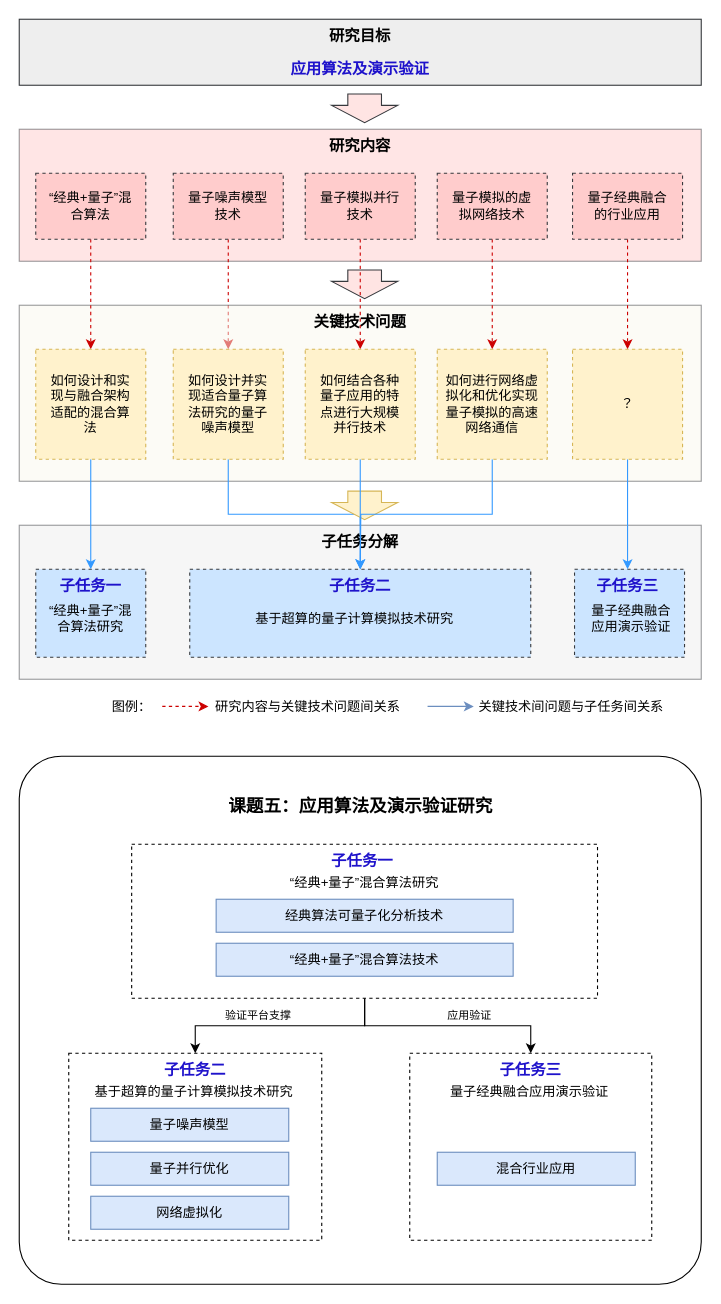
This is 应用算法和演示验证（复旦）.drawio from zhaohuiyang-yzh/quantum_simulation, a draw.io file, before an edit. Source tidied: cells renumbered, new cells numbered last; positions are measured from the earlier drawing's top-left corner, leaving out a move shared by most shapes. Both pictures are drawn from the tidied source at 110%, with x=0, y=0 at pixel (19, 19).
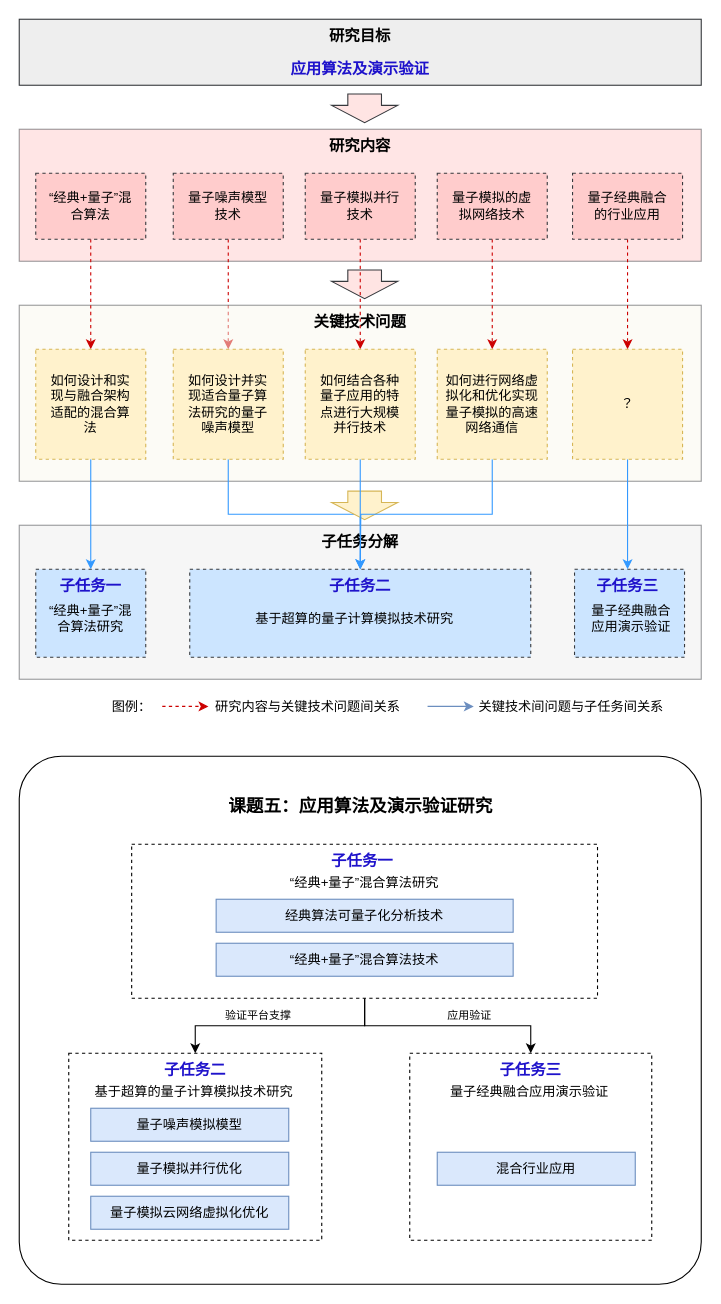
The same diagram, later.

Commit message:
更新应用算法和演示验证（复旦）.drawio

The edit, as a diff of the source:
```diff
@@
-    <mxCell id="36" value="量子噪声模型" style="rounded=0;whiteSpace=wrap;html=1;fillColor=#dae8fc;strokeColor=#6c8ebf;" parent="1" vertex="1">
+    <mxCell id="36" value="量子噪声模拟模型" style="rounded=0;whiteSpace=wrap;html=1;fillColor=#dae8fc;strokeColor=#6c8ebf;" parent="1" vertex="1">
       <mxGeometry x="65" y="990" width="180" height="30" as="geometry" />
     </mxCell>
-    <mxCell id="37" value="量子并行优化" style="rounded=0;whiteSpace=wrap;html=1;fillColor=#dae8fc;strokeColor=#6c8ebf;" parent="1" vertex="1">
+    <mxCell id="37" value="量子模拟并行优化" style="rounded=0;whiteSpace=wrap;html=1;fillColor=#dae8fc;strokeColor=#6c8ebf;" parent="1" vertex="1">
       <mxGeometry x="65" y="1030" width="180" height="30" as="geometry" />
     </mxCell>
-    <mxCell id="38" value="&lt;span style=&quot;font-weight: normal;&quot;&gt;网络虚拟化&lt;/span&gt;" style="rounded=0;whiteSpace=wrap;html=1;fontStyle=1;fillColor=#dae8fc;strokeColor=#6c8ebf;" parent="1" vertex="1">
+    <mxCell id="38" value="&lt;span style=&quot;font-weight: normal;&quot;&gt;量子模拟云网络虚拟化优化&lt;/span&gt;" style="rounded=0;whiteSpace=wrap;html=1;fontStyle=1;fillColor=#dae8fc;strokeColor=#6c8ebf;" parent="1" vertex="1">
       <mxGeometry x="65" y="1070" width="180" height="30" as="geometry" />
     </mxCell>
```
